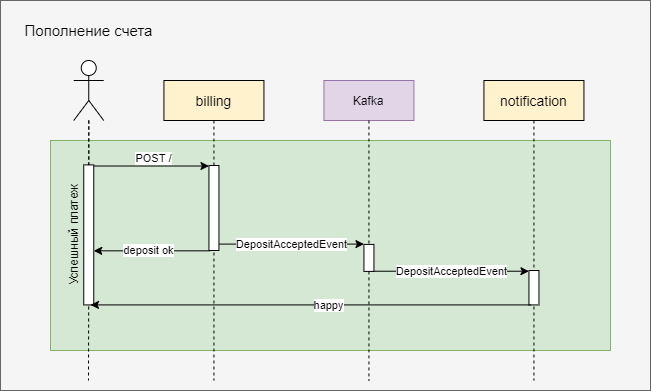
The draw.io diagram hw9/img4.png in GUR-ok/otus-microservice-architecture, before a commit. Source tidied: cells renumbered, new cells last; positions are measured from the earlier drawing's top-left corner, leaving out a move shared by most shapes.
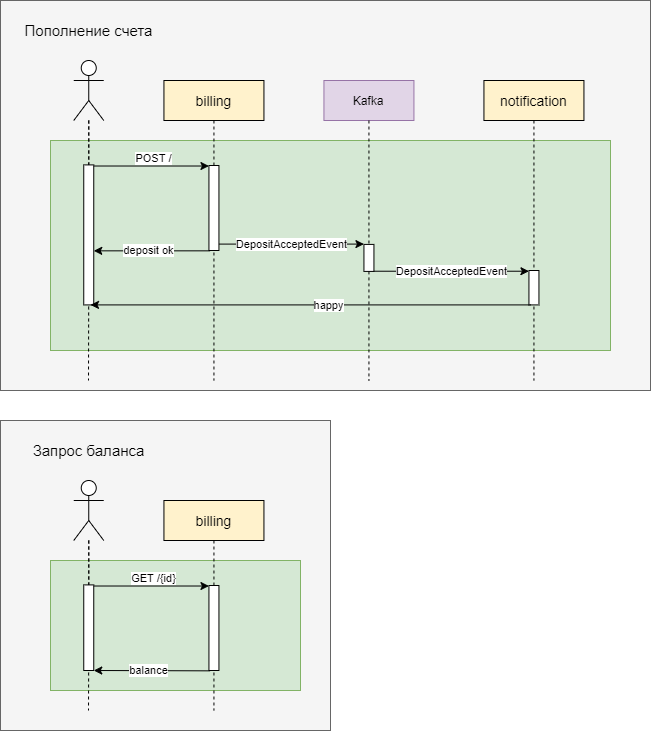
After the commit.

What changed in the source:
```diff
@@ -68,11 +68,43 @@
     <mxCell id="21" value="DepositAcceptedEvent" style="endArrow=classic;html=1;exitX=0.96;exitY=0.993;exitDx=0;exitDy=0;exitPerimeter=0;" parent="1" edge="1" source="18" target="8">
       <mxGeometry relative="1" as="geometry" />
     </mxCell>
-    <mxCell id="22" value="Успешный платеж" style="text;html=1;strokeColor=none;fillColor=none;align=center;verticalAlign=middle;whiteSpace=wrap;rounded=0;rotation=-90;" parent="1" vertex="1">
-      <mxGeometry y="225" width="146.8" height="20" as="geometry" />
-    </mxCell>
     <mxCell id="23" value="&lt;font style=&quot;font-size: 15px&quot;&gt;Пополнение счета&lt;/font&gt;" style="text;html=1;strokeColor=none;fillColor=none;align=center;verticalAlign=middle;whiteSpace=wrap;rounded=0;" parent="1" vertex="1">
       <mxGeometry x="21.6" y="20" width="133.4" height="20" as="geometry" />
     </mxCell>
+    <mxCell id="24" style="whiteSpace=wrap;html=1;fillColor=#f5f5f5;strokeColor=#666666;fontColor=#333333;imageAspect=0;" parent="1" vertex="1">
+      <mxGeometry y="420" width="330" height="310" as="geometry" />
+    </mxCell>
+    <mxCell id="25" style="rounded=0;whiteSpace=wrap;html=1;fillColor=#d5e8d4;strokeColor=#82b366;" parent="1" vertex="1">
+      <mxGeometry x="50" y="560" width="250" height="130" as="geometry" />
+    </mxCell>
+    <mxCell id="26" value="billing" style="shape=umlLifeline;perimeter=lifelinePerimeter;rounded=0;shadow=0;strokeWidth=1;fillColor=#fff2cc;fontSize=14;" parent="1" vertex="1">
+      <mxGeometry x="163.4" y="500" width="100" height="210" as="geometry" />
+    </mxCell>
+    <mxCell id="27" style="points=[];perimeter=orthogonalPerimeter;rounded=0;shadow=0;strokeWidth=1;" parent="1" vertex="1">
+      <mxGeometry x="208.4" y="585" width="10" height="85" as="geometry" />
+    </mxCell>
+    <mxCell id="28" value="balance" style="endArrow=classic;html=1;exitX=0.118;exitY=1.004;exitDx=0;exitDy=0;exitPerimeter=0;" parent="1" edge="1" source="27" target="32">
+      <mxGeometry x="0.07" relative="1" as="geometry" />
+    </mxCell>
+    <mxCell id="29" style="edgeStyle=orthogonalEdgeStyle;rounded=0;jettySize=auto;html=1;endArrow=none;endFill=0;dashed=1;" parent="1" edge="1" source="31">
+      <mxGeometry relative="1" as="geometry">
+        <mxPoint x="88" y="710" as="targetPoint" />
+      </mxGeometry>
+    </mxCell>
+    <mxCell id="30" style="edgeStyle=orthogonalEdgeStyle;rounded=0;jettySize=auto;html=1;dashed=1;endArrow=none;endFill=0;" parent="1" edge="1" source="31" target="32">
+      <mxGeometry relative="1" as="geometry" />
+    </mxCell>
+    <mxCell id="31" style="shape=umlActor;verticalLabelPosition=bottom;verticalAlign=top;html=1;outlineConnect=0;" parent="1" vertex="1">
+      <mxGeometry x="73.2" y="480" width="30" height="60" as="geometry" />
+    </mxCell>
+    <mxCell id="32" style="points=[];perimeter=orthogonalPerimeter;rounded=0;shadow=0;strokeWidth=1;" parent="1" vertex="1">
+      <mxGeometry x="83.2" y="584.4" width="10" height="85.6" as="geometry" />
+    </mxCell>
+    <mxCell id="33" value="GET /{id}" style="endArrow=classic;html=1;entryX=0;entryY=0.006;entryDx=0;entryDy=0;entryPerimeter=0;" parent="1" edge="1" source="32" target="27">
+      <mxGeometry x="0.03" y="8" relative="1" as="geometry" />
+    </mxCell>
+    <mxCell id="34" value="&lt;font style=&quot;font-size: 15px&quot;&gt;Запрос баланса&lt;/font&gt;" style="text;html=1;strokeColor=none;fillColor=none;align=center;verticalAlign=middle;whiteSpace=wrap;rounded=0;" parent="1" vertex="1">
+      <mxGeometry x="21.6" y="440" width="133.4" height="20" as="geometry" />
+    </mxCell>
   </root>
 </mxGraphModel>
```
